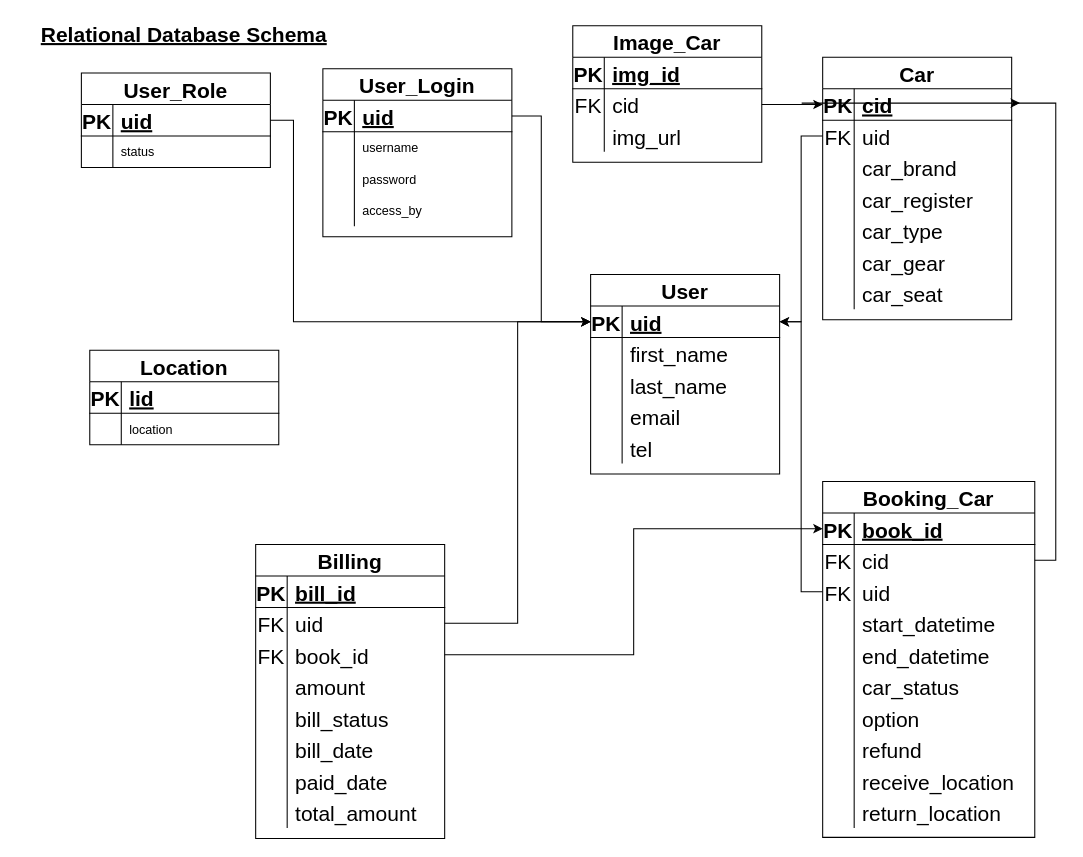
This is page "Relational Database Schema" (2 of 4) of Online_Car_Rental_System.drawio from Werayootk/Online_Car_Rental_System, a draw.io file, before an edit. Source tidied: cells renumbered, new cells numbered last; positions are measured from the earlier drawing's top-left corner, leaving out a move shared by most shapes. Both pictures are drawn from the tidied source at 105%, with x=0, y=0 at pixel (18, 18).
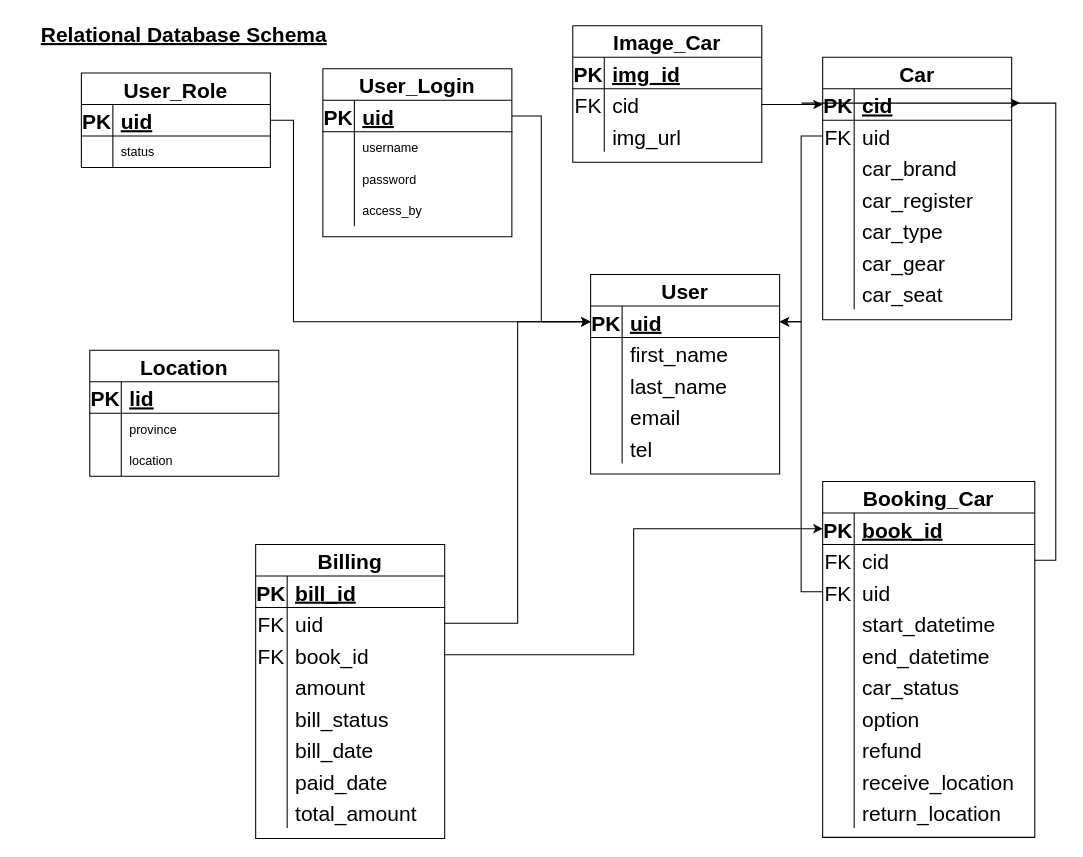
The same page after the edit.

Unchanged cells that the change refers to:
```xml
<mxCell id="131" style="shape=partialRectangle;fillColor=none;top=0;left=0;bottom=0;right=0;" parent="127" vertex="1">
  <mxGeometry y="60" width="180" height="30" as="geometry" />
</mxCell>
```

Diff of the diagram source:
```diff
@@
     <mxCell id="127" value="Location" style="shape=table;startSize=30;childLayout=tableLayout;rowLines=0;fontStyle=1;align=center;fontSize=20;strokeColor=default;fillColor=none;" parent="1" vertex="1">
-      <mxGeometry x="68" y="316" width="180" height="90" as="geometry" />
+      <mxGeometry x="68" y="316" width="180" height="120" as="geometry" />
     </mxCell>
@@
-    <mxCell id="133" value="location" style="shape=partialRectangle;fillColor=none;top=0;left=0;bottom=0;right=0;align=left;spacingLeft=6;overflow=hidden;" parent="131" vertex="1">
+    <mxCell id="133" value="province" style="shape=partialRectangle;fillColor=none;top=0;left=0;bottom=0;right=0;align=left;spacingLeft=6;overflow=hidden;" parent="131" vertex="1">
       <mxGeometry x="30" width="150" height="30" as="geometry" />
     </mxCell>
+    <mxCell id="142" style="shape=partialRectangle;fillColor=none;top=0;left=0;bottom=0;right=0;" parent="127" vertex="1">
+      <mxGeometry y="90" width="180" height="30" as="geometry" />
+    </mxCell>
+    <mxCell id="143" style="shape=partialRectangle;fillColor=none;top=0;left=0;bottom=0;right=0;overflow=hidden;" parent="142" vertex="1">
+      <mxGeometry width="30" height="30" as="geometry" />
+    </mxCell>
+    <mxCell id="144" value="location" style="shape=partialRectangle;fillColor=none;top=0;left=0;bottom=0;right=0;align=left;spacingLeft=6;overflow=hidden;" parent="142" vertex="1">
+      <mxGeometry x="30" width="150" height="30" as="geometry" />
+    </mxCell>
```
